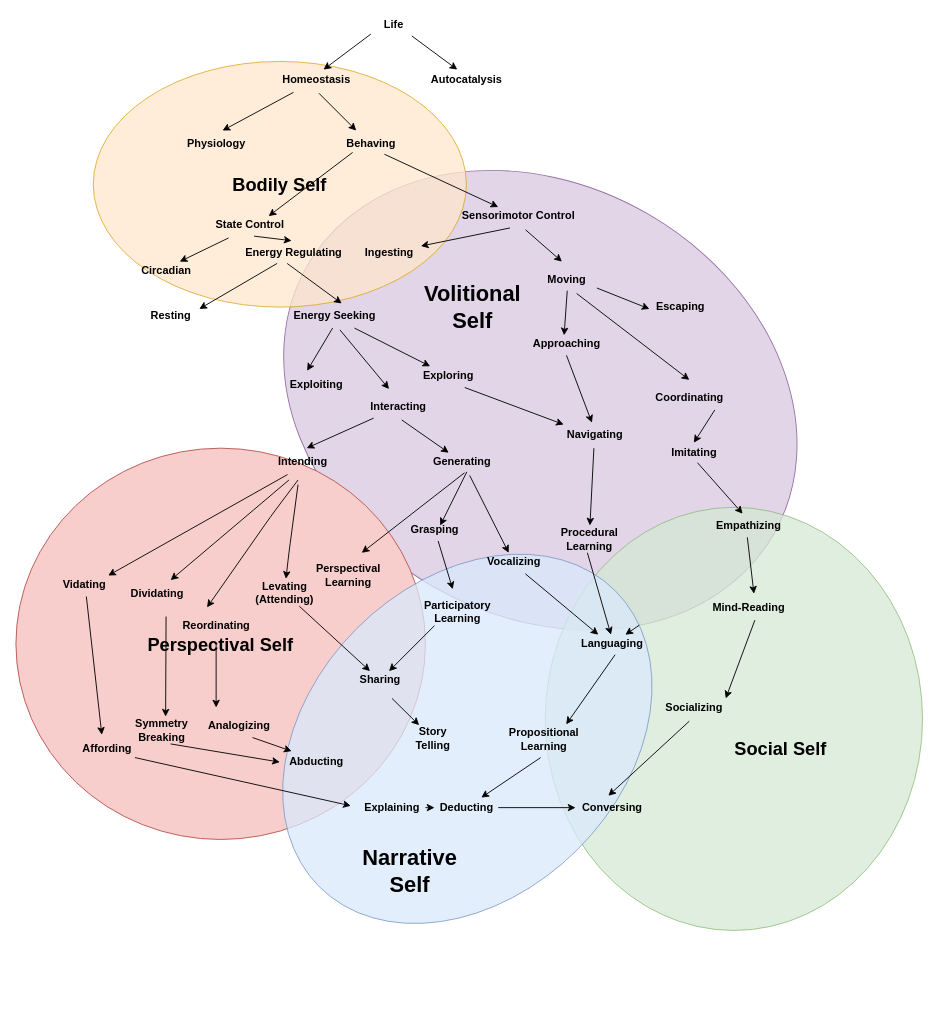
This is self_evolution.drawio from codeaudit/1, a draw.io file, before an edit. Source tidied: cells renumbered, new cells numbered last; positions are measured from the earlier drawing's top-left corner, leaving out a move shared by most shapes. Both pictures are drawn from the tidied source at 91%, with x=0, y=0 at pixel (15, 15).
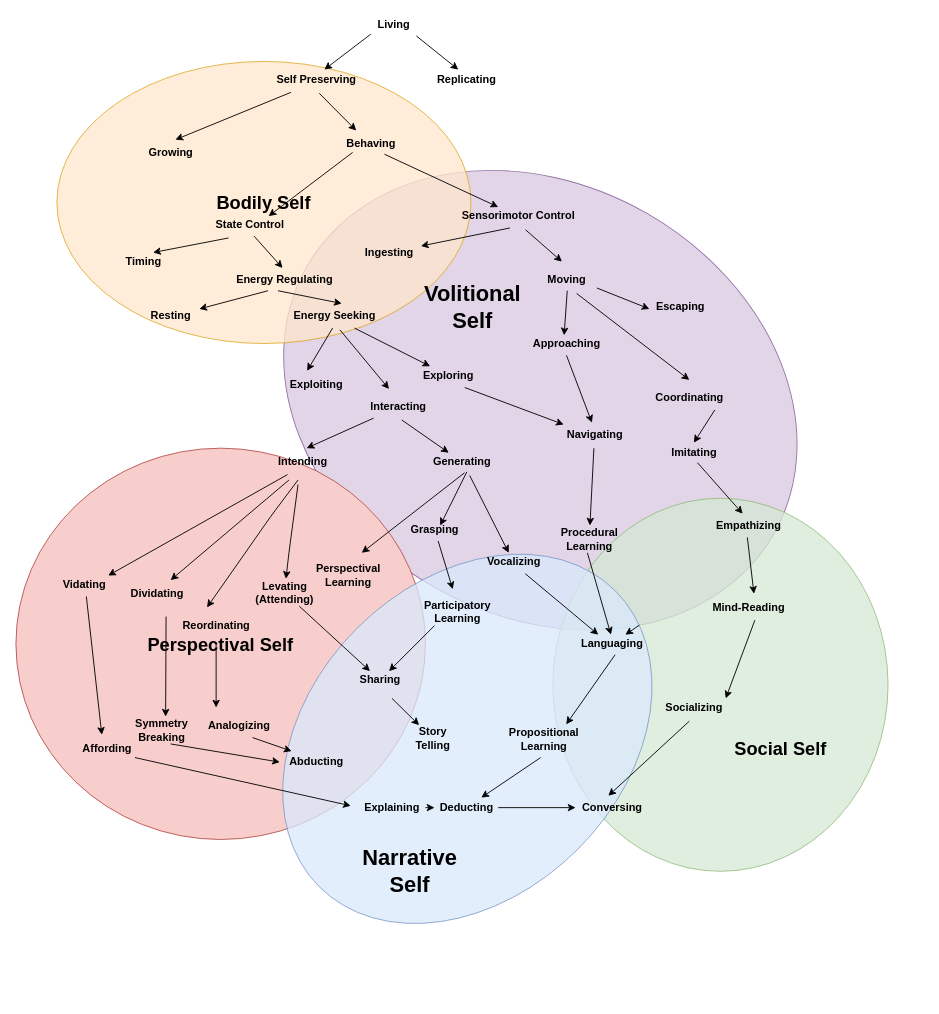
The same diagram, later.

Diff of the diagram source:
```diff
@@
     <mxCell id="3" style="ellipse;whiteSpace=wrap;html=1;fillColor=#d5e8d4;strokeColor=#82b366;direction=south;opacity=75;" parent="1" vertex="1">
-      <mxGeometry x="581.6" y="540" width="414.7" height="465" as="geometry" />
+      <mxGeometry x="590" y="530" width="368.4" height="410" as="geometry" />
     </mxCell>
@@
     <mxCell id="6" value="&lt;span style=&quot;font-size: 20px&quot;&gt;&lt;b&gt;Bodily Self&lt;/b&gt;&lt;/span&gt;" style="ellipse;whiteSpace=wrap;html=1;fillColor=#ffe6cc;strokeColor=#d79b00;opacity=75;" parent="1" vertex="1">
-      <mxGeometry x="85" y="50" width="410" height="270" as="geometry" />
+      <mxGeometry x="45" y="50" width="455" height="310" as="geometry" />
     </mxCell>
-    <mxCell id="7" value="Life" style="text;html=1;align=center;verticalAlign=middle;points=[];fontStyle=1;" parent="1" vertex="1">
-      <mxGeometry x="395" width="40" height="20" as="geometry" />
+    <mxCell id="7" value="Living" style="text;html=1;align=center;verticalAlign=middle;points=[];fontStyle=1;" parent="1" vertex="1">
+      <mxGeometry x="390" width="50" height="20" as="geometry" />
     </mxCell>
-    <mxCell id="8" value="Homeostasis" style="text;html=1;align=center;verticalAlign=middle;points=[];fontStyle=1;" parent="1" vertex="1">
-      <mxGeometry x="285" y="60" width="90" height="20" as="geometry" />
+    <mxCell id="8" value="Self Preserving" style="text;html=1;align=center;verticalAlign=middle;points=[];fontStyle=1;" parent="1" vertex="1">
+      <mxGeometry x="280" y="60" width="100" height="20" as="geometry" />
     </mxCell>
-    <mxCell id="9" value="Autocatalysis" style="text;html=1;align=center;verticalAlign=middle;points=[];fontStyle=1;" parent="1" vertex="1">
-      <mxGeometry x="450" y="60" width="90" height="20" as="geometry" />
+    <mxCell id="9" value="Replicating" style="text;html=1;align=center;verticalAlign=middle;points=[];fontStyle=1;" parent="1" vertex="1">
+      <mxGeometry x="455" y="60" width="80" height="20" as="geometry" />
     </mxCell>
-    <mxCell id="10" value="Physiology" style="text;html=1;align=center;verticalAlign=middle;points=[];fontStyle=1;" parent="1" vertex="1">
-      <mxGeometry x="180" y="130" width="80" height="20" as="geometry" />
+    <mxCell id="10" value="Growing" style="text;html=1;align=center;verticalAlign=middle;points=[];fontStyle=1;" parent="1" vertex="1">
+      <mxGeometry x="140" y="140" width="60" height="20" as="geometry" />
     </mxCell>
@@
-    <mxCell id="17" value="Circadian" style="text;html=1;align=center;verticalAlign=middle;points=[];fontStyle=1;" parent="1" vertex="1">
-      <mxGeometry x="130" y="270" width="70" height="20" as="geometry" />
+    <mxCell id="17" value="Timing" style="text;html=1;align=center;verticalAlign=middle;points=[];fontStyle=1;" parent="1" vertex="1">
+      <mxGeometry x="115" y="260" width="50" height="20" as="geometry" />
     </mxCell>
     <mxCell id="18" value="Energy Regulating" style="text;html=1;align=center;verticalAlign=middle;points=[];fontStyle=1;" parent="1" vertex="1">
-      <mxGeometry x="245" y="250" width="120" height="20" as="geometry" />
+      <mxGeometry x="235" y="280" width="120" height="20" as="geometry" />
     </mxCell>
```
